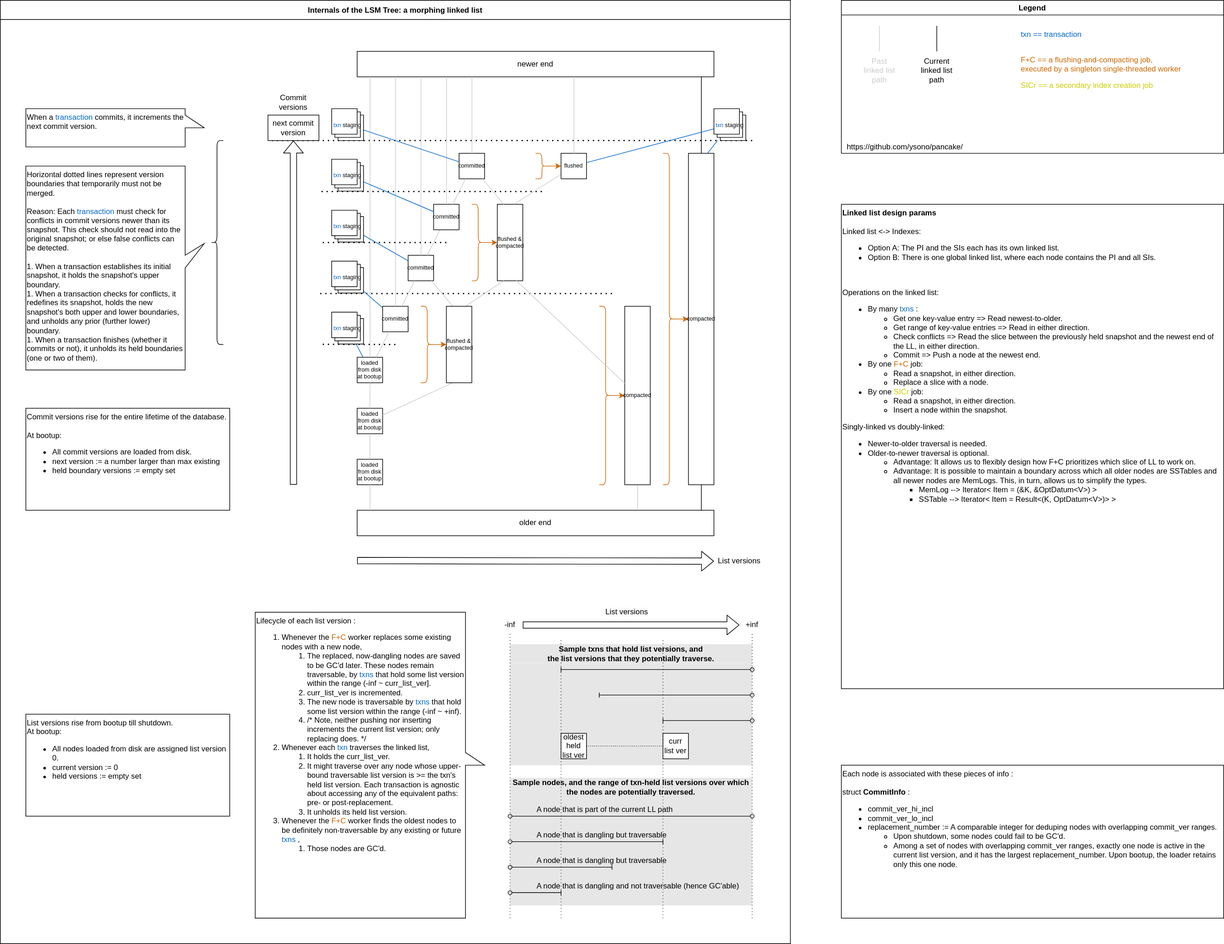
ysono/pancake keeps this draw.io diagram as doc/2-SSI-1a-high-level.drawio.svg. Above is the earlier version. Source tidied: cells renumbered, new cells last; positions are measured from the earlier drawing's top-left corner, leaving out a move shared by most shapes.
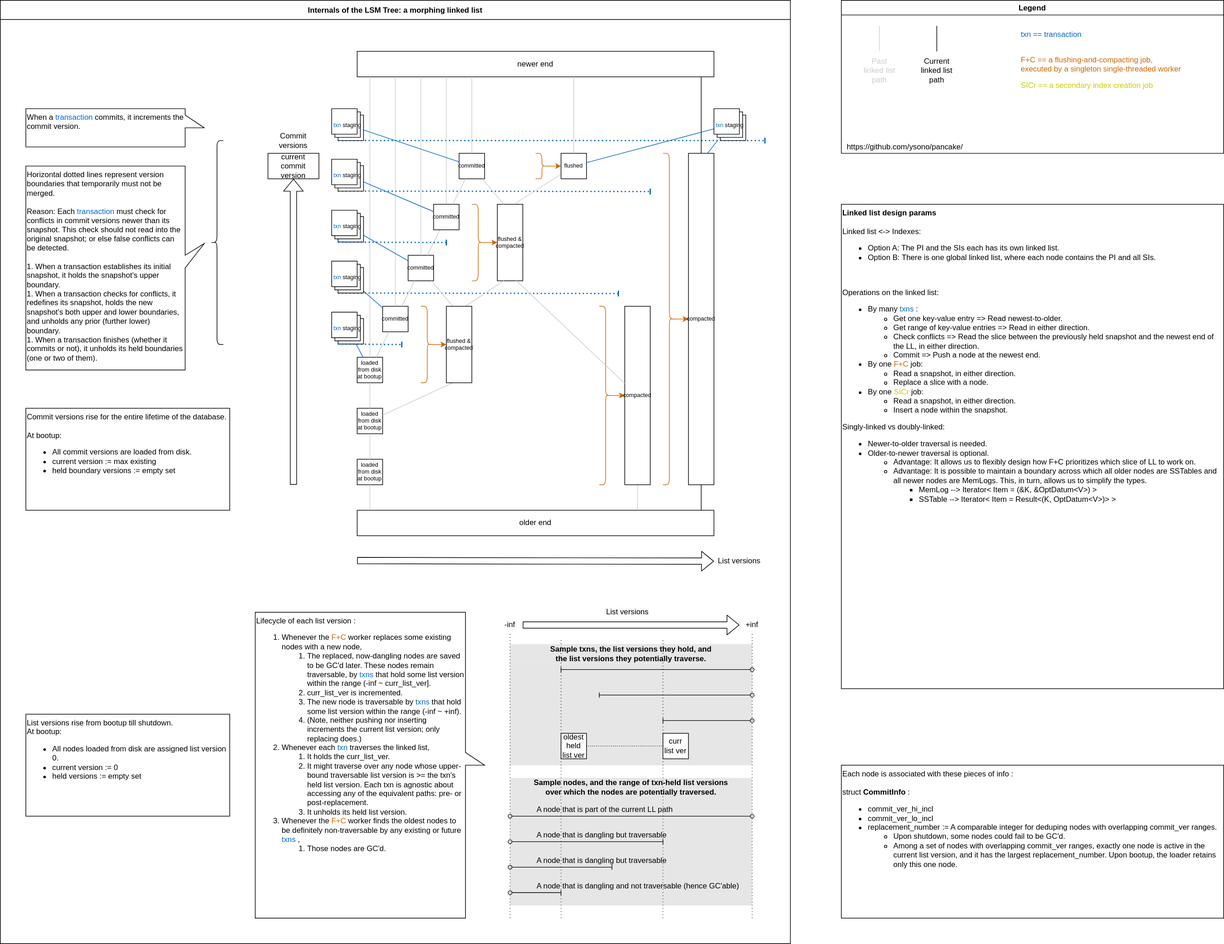
Later version of the same file.

The edit, as a diff of the source:
```diff
@@ -5,18 +5,17 @@
     <mxCell id="2" value="Internals of the LSM Tree: a morphing linked list" style="swimlane;rounded=0;align=center;verticalAlign=middle;startSize=30;" parent="1" vertex="1">
       <mxGeometry width="1240" height="1480" as="geometry" />
     </mxCell>
-    <mxCell id="3" style="endArrow=none;dashed=1;html=1;dashPattern=1 3;strokeWidth=2;rounded=1;jumpStyle=none;entryX=0;entryY=1;entryDx=0;entryDy=0;" parent="2" edge="1" target="11">
+    <mxCell id="3" style="endArrow=baseDash;dashed=1;html=1;dashPattern=1 2;strokeWidth=2;rounded=1;jumpStyle=none;endFill=0;exitX=0;exitY=0;exitDx=10;exitDy=50;exitPerimeter=0;strokeColor=#0066CC;" parent="2" edge="1" source="69">
       <mxGeometry relative="1" as="geometry">
-        <mxPoint x="1180" y="220" as="sourcePoint" />
+        <mxPoint x="1200" y="220" as="targetPoint" />
       </mxGeometry>
     </mxCell>
-    <mxCell id="4" style="endArrow=none;dashed=1;html=1;dashPattern=1 3;strokeWidth=2;rounded=1;jumpStyle=none;" parent="2" edge="1">
+    <mxCell id="4" style="endArrow=baseDash;dashed=1;html=1;dashPattern=1 2;strokeWidth=2;rounded=1;jumpStyle=none;endFill=0;exitX=0;exitY=0;exitDx=10;exitDy=50;exitPerimeter=0;strokeColor=#0066CC;" parent="2" edge="1" source="71">
       <mxGeometry relative="1" as="geometry">
-        <mxPoint x="960" y="460" as="sourcePoint" />
-        <mxPoint x="500" y="460" as="targetPoint" />
+        <mxPoint x="970" y="460" as="targetPoint" />
       </mxGeometry>
     </mxCell>
-    <mxCell id="5" value="&lt;span&gt;Commit versions rise for the entire lifetime of the database.&lt;/span&gt;&lt;br&gt;&lt;br&gt;&lt;span&gt;At bootup:&lt;/span&gt;&lt;br&gt;&lt;ul&gt;&lt;li&gt;All commit versions are loaded from disk.&lt;/li&gt;&lt;li&gt;next version := a number larger than max existing&lt;/li&gt;&lt;li&gt;held boundary versions := empty set&lt;/li&gt;&lt;/ul&gt;" style="rounded=0;whiteSpace=wrap;html=1;verticalAlign=top;align=left;" parent="2" vertex="1">
+    <mxCell id="5" value="&lt;span&gt;Commit versions rise for the entire lifetime of the database.&lt;/span&gt;&lt;br&gt;&lt;br&gt;&lt;span&gt;At bootup:&lt;/span&gt;&lt;br&gt;&lt;ul&gt;&lt;li&gt;All commit versions are loaded from disk.&lt;/li&gt;&lt;li&gt;current version := max existing&lt;/li&gt;&lt;li&gt;held boundary versions := empty set&lt;/li&gt;&lt;/ul&gt;" style="rounded=0;whiteSpace=wrap;html=1;verticalAlign=top;align=left;" parent="2" vertex="1">
       <mxGeometry x="40" y="640" width="320" height="160" as="geometry" />
     </mxCell>
     <mxCell id="6" value="&lt;span&gt;List versions rise from bootup till shutdown.&lt;br&gt;At bootup:&lt;/span&gt;&lt;br&gt;&lt;ul&gt;&lt;li&gt;All nodes loaded from disk are assigned list version 0.&lt;/li&gt;&lt;li&gt;current version := 0&lt;/li&gt;&lt;li&gt;held versions := empty set&lt;/li&gt;&lt;/ul&gt;" style="rounded=0;whiteSpace=wrap;html=1;verticalAlign=top;align=left;" parent="2" vertex="1">
@@ -31,18 +30,17 @@
       <mxGeometry x="40" y="260" width="280" height="320" as="geometry" />
     </mxCell>
     <mxCell id="9" value="Commit versions" style="text;html=1;strokeColor=none;fillColor=none;align=center;verticalAlign=middle;whiteSpace=wrap;rounded=0;fontColor=#000000;" parent="2" vertex="1">
-      <mxGeometry x="420" y="140" width="80" height="40" as="geometry" />
+      <mxGeometry x="420" y="200" width="80" height="40" as="geometry" />
     </mxCell>
     <mxCell id="10" style="shape=curlyBracket;whiteSpace=wrap;html=1;rounded=1;fontColor=#000000;strokeColor=default;" parent="2" vertex="1">
       <mxGeometry x="330" y="220" width="20" height="320" as="geometry" />
     </mxCell>
-    <mxCell id="11" value="next commit version" style="text;html=1;strokeColor=default;fillColor=default;align=center;verticalAlign=middle;whiteSpace=wrap;rounded=0;fontColor=#000000;" parent="2" vertex="1">
-      <mxGeometry x="420" y="180" width="80" height="40" as="geometry" />
+    <mxCell id="11" value="current commit version" style="text;html=1;strokeColor=default;fillColor=default;align=center;verticalAlign=middle;whiteSpace=wrap;rounded=0;fontColor=#000000;" parent="2" vertex="1">
+      <mxGeometry x="420" y="240" width="80" height="40" as="geometry" />
     </mxCell>
-    <mxCell id="12" style="endArrow=none;dashed=1;html=1;dashPattern=1 3;strokeWidth=2;rounded=1;jumpStyle=none;" parent="2" edge="1">
+    <mxCell id="12" style="endArrow=baseDash;dashed=1;html=1;dashPattern=1 2;strokeWidth=2;rounded=1;jumpStyle=none;endFill=0;exitX=0;exitY=0;exitDx=10;exitDy=50;exitPerimeter=0;strokeColor=#0066CC;" parent="2" edge="1" source="70">
       <mxGeometry relative="1" as="geometry">
-        <mxPoint x="850" y="300" as="sourcePoint" />
-        <mxPoint x="500" y="300" as="targetPoint" />
+        <mxPoint x="1020" y="300" as="targetPoint" />
       </mxGeometry>
     </mxCell>
     <mxCell id="13" value="newer end" style="rounded=0;whiteSpace=wrap;html=1;align=center;verticalAlign=middle;" parent="2" vertex="1">
@@ -193,7 +191,7 @@
     <mxCell id="60" value="List versions" style="text;html=1;strokeColor=none;fillColor=none;align=center;verticalAlign=middle;whiteSpace=wrap;rounded=0;fontColor=#000000;" parent="2" vertex="1">
       <mxGeometry x="1120" y="860" width="80" height="40" as="geometry" />
     </mxCell>
-    <mxCell id="61" value="When a &lt;font color=&quot;#0066cc&quot;&gt;transaction&lt;/font&gt; commits, it increments the next commit version." style="shape=callout;whiteSpace=wrap;html=1;perimeter=calloutPerimeter;rounded=0;align=left;verticalAlign=top;direction=north;position2=0.5;" parent="2" vertex="1">
+    <mxCell id="61" value="When a &lt;font color=&quot;#0066cc&quot;&gt;transaction&lt;/font&gt; commits, it increments the commit version." style="shape=callout;whiteSpace=wrap;html=1;perimeter=calloutPerimeter;rounded=0;align=left;verticalAlign=top;direction=north;position2=0.5;" parent="2" vertex="1">
       <mxGeometry x="40" y="170" width="280" height="60" as="geometry" />
     </mxCell>
     <mxCell id="62" value="+inf" style="text;html=1;strokeColor=none;fillColor=none;align=center;verticalAlign=middle;whiteSpace=wrap;rounded=0;fontColor=#000000;" parent="2" vertex="1">
@@ -232,7 +230,7 @@
     <mxCell id="73" value="&lt;span style=&quot;font-size: 12px; background-color: rgb(251, 251, 251);&quot;&gt;List versions&lt;/span&gt;" style="shape=flexArrow;endArrow=classic;html=1;rounded=1;strokeColor=#000000;jumpStyle=arc;" parent="2" edge="1" source="63" target="62">
       <mxGeometry x="-0.04" y="20" relative="1" as="geometry" />
     </mxCell>
-    <mxCell id="74" value="Sample nodes, and the range of txn-held list versions over which the nodes are potentially traversed." style="swimlane;whiteSpace=wrap;html=1;strokeColor=none;swimlaneFillColor=#E6E6E6;gradientColor=none;fillColor=#E6E6E6;startSize=30;" parent="2" vertex="1">
+    <mxCell id="74" value="Sample nodes, and the range of txn-held list versions&lt;br&gt;over which the nodes are potentially traversed." style="swimlane;whiteSpace=wrap;html=1;strokeColor=none;swimlaneFillColor=#E6E6E6;gradientColor=none;fillColor=#E6E6E6;startSize=30;" parent="2" vertex="1">
       <mxGeometry x="800" y="1220" width="380" height="200" as="geometry" />
     </mxCell>
     <mxCell id="75" style="endArrow=baseDash;html=1;fontSize=12;fontColor=#000000;strokeColor=#000000;startArrow=oval;startFill=0;endFill=0;" parent="74" edge="1">
@@ -271,7 +269,7 @@
         <mxPoint x="80" y="180" as="targetPoint" />
       </mxGeometry>
     </mxCell>
-    <mxCell id="83" value="Sample txns that hold list versions, and&lt;br&gt;the list versions that they potentially traverse." style="swimlane;whiteSpace=wrap;html=1;strokeColor=none;swimlaneFillColor=#E6E6E6;gradientColor=none;fillColor=#E6E6E6;startSize=30;" parent="2" vertex="1">
+    <mxCell id="83" value="Sample txns, the list versions they hold, and&lt;br&gt;the list versions they potentially traverse." style="swimlane;whiteSpace=wrap;html=1;strokeColor=none;swimlaneFillColor=#E6E6E6;gradientColor=none;fillColor=#E6E6E6;startSize=30;" parent="2" vertex="1">
       <mxGeometry x="800" y="1010" width="380" height="190" as="geometry" />
     </mxCell>
     <mxCell id="84" style="endArrow=oval;html=1;fontSize=12;fontColor=#000000;strokeColor=#000000;startArrow=baseDash;startFill=0;endFill=0;" parent="83" edge="1">
@@ -335,19 +333,17 @@
     <mxCell id="97" value="&lt;font style=&quot;border-color: var(--border-color); font-size: 9px;&quot; color=&quot;#0066cc&quot;&gt;txn&lt;/font&gt;&lt;span style=&quot;font-size: 9px;&quot;&gt;&amp;nbsp;staging&lt;/span&gt;" style="verticalLabelPosition=middle;verticalAlign=middle;html=1;shape=mxgraph.basic.layered_rect;dx=10;outlineConnect=0;whiteSpace=wrap;labelPosition=center;align=center;" parent="2" vertex="1">
       <mxGeometry x="520" y="489.3" width="50" height="50" as="geometry" />
     </mxCell>
-    <mxCell id="98" style="endArrow=none;dashed=1;html=1;dashPattern=1 3;strokeWidth=2;rounded=1;jumpStyle=none;" parent="2" edge="1">
+    <mxCell id="98" style="endArrow=baseDash;dashed=1;html=1;dashPattern=1 2;strokeWidth=2;rounded=1;jumpStyle=none;endFill=0;exitX=0;exitY=0;exitDx=10;exitDy=50;exitPerimeter=0;strokeColor=#0066CC;" parent="2" edge="1" source="95">
       <mxGeometry relative="1" as="geometry">
-        <mxPoint x="700" y="380" as="sourcePoint" />
-        <mxPoint x="500" y="380" as="targetPoint" />
+        <mxPoint x="700" y="380" as="targetPoint" />
       </mxGeometry>
     </mxCell>
-    <mxCell id="99" style="endArrow=none;dashed=1;html=1;dashPattern=1 3;strokeWidth=2;rounded=1;jumpStyle=none;" parent="2" edge="1">
+    <mxCell id="99" style="endArrow=baseDash;dashed=1;html=1;dashPattern=1 2;strokeWidth=2;rounded=1;jumpStyle=none;endFill=0;exitX=0;exitY=0;exitDx=10;exitDy=50;exitPerimeter=0;strokeColor=#0066CC;" parent="2" edge="1" source="97">
       <mxGeometry relative="1" as="geometry">
-        <mxPoint x="620" y="540" as="sourcePoint" />
-        <mxPoint x="500" y="539.7" as="targetPoint" />
+        <mxPoint x="630" y="540" as="targetPoint" />
       </mxGeometry>
     </mxCell>
-    <mxCell id="100" value="&lt;div&gt;Lifecycle of each list version :&lt;/div&gt;&lt;div&gt;&lt;ol&gt;&lt;li&gt;Whenever the&amp;nbsp;&lt;font style=&quot;border-color: var(--border-color);&quot; color=&quot;#cc6600&quot;&gt;F+C&lt;/font&gt;&amp;nbsp;worker replaces some existing nodes with a new node,&lt;/li&gt;&lt;ol&gt;&lt;li&gt;The replaced, now-dangling nodes are saved to be GC'd later. These nodes remain traversable, by &lt;font color=&quot;#0066cc&quot;&gt;txns&lt;/font&gt; that hold some list version within the range&amp;nbsp;&lt;span style=&quot;background-color: initial;&quot;&gt;(-inf ~ curr_list_ver].&lt;/span&gt;&lt;/li&gt;&lt;li&gt;curr_list_ver is incremented.&lt;/li&gt;&lt;li&gt;The new node is traversable by &lt;font color=&quot;#0066cc&quot;&gt;txns&lt;/font&gt; that hold some list version within the range (-inf ~ +inf).&lt;/li&gt;&lt;li&gt;/* Note, neither pushing nor inserting increments the current list version; only replacing does. */&lt;/li&gt;&lt;/ol&gt;&lt;li&gt;Whenever each &lt;font color=&quot;#0066cc&quot;&gt;txn&lt;/font&gt;&amp;nbsp;traverses the linked list,&lt;/li&gt;&lt;ol&gt;&lt;li&gt;&lt;span style=&quot;background-color: initial;&quot;&gt;It holds the curr_list_ver.&lt;/span&gt;&lt;/li&gt;&lt;li&gt;It might traverse over any node whose upper-bound traversable list version is &amp;gt;= the txn's held list version. Each transaction is agnostic about accessing any of the equivalent paths: pre- or post-replacement.&lt;/li&gt;&lt;li&gt;It unholds its held list version.&lt;/li&gt;&lt;/ol&gt;&lt;li&gt;&lt;span style=&quot;background-color: initial;&quot;&gt;Whenever the&amp;nbsp;&lt;font color=&quot;#cc6600&quot;&gt;F+C&lt;/font&gt;&amp;nbsp;worker finds the oldest nodes to be definitely non-traversable by any existing or future &lt;font color=&quot;#0066cc&quot;&gt;txns&lt;/font&gt;,&lt;/span&gt;&lt;br&gt;&lt;/li&gt;&lt;ol&gt;&lt;li&gt;&lt;span style=&quot;background-color: initial;&quot;&gt;Those nodes are GC'd.&lt;/span&gt;&lt;/li&gt;&lt;/ol&gt;&lt;/ol&gt;&lt;/div&gt;" style="shape=callout;whiteSpace=wrap;html=1;perimeter=calloutPerimeter;fontColor=#000000;strokeColor=default;fillColor=default;direction=north;align=left;verticalAlign=top;position2=0.5;" parent="2" vertex="1">
+    <mxCell id="100" value="&lt;div&gt;Lifecycle of each list version :&lt;/div&gt;&lt;div&gt;&lt;ol&gt;&lt;li&gt;Whenever the&amp;nbsp;&lt;font style=&quot;border-color: var(--border-color);&quot; color=&quot;#cc6600&quot;&gt;F+C&lt;/font&gt;&amp;nbsp;worker replaces some existing nodes with a new node,&lt;/li&gt;&lt;ol&gt;&lt;li&gt;The replaced, now-dangling nodes are saved to be GC'd later. These nodes remain traversable, by &lt;font color=&quot;#0066cc&quot;&gt;txns&lt;/font&gt; that hold some list version within the range&amp;nbsp;&lt;span style=&quot;background-color: initial;&quot;&gt;(-inf ~ curr_list_ver].&lt;/span&gt;&lt;/li&gt;&lt;li&gt;curr_list_ver is incremented.&lt;/li&gt;&lt;li&gt;The new node is traversable by &lt;font color=&quot;#0066cc&quot;&gt;txns&lt;/font&gt; that hold some list version within the range (-inf ~ +inf).&lt;/li&gt;&lt;li&gt;(Note, neither pushing nor inserting increments the current list version; only replacing does.)&lt;/li&gt;&lt;/ol&gt;&lt;li&gt;Whenever each &lt;font color=&quot;#0066cc&quot;&gt;txn&lt;/font&gt;&amp;nbsp;traverses the linked list,&lt;/li&gt;&lt;ol&gt;&lt;li&gt;&lt;span style=&quot;background-color: initial;&quot;&gt;It holds the curr_list_ver.&lt;/span&gt;&lt;/li&gt;&lt;li&gt;It might traverse over any node whose upper-bound traversable list version is &amp;gt;= the txn's held list version. Each txn is agnostic about accessing any of the equivalent paths: pre- or post-replacement.&lt;/li&gt;&lt;li&gt;It unholds its held list version.&lt;/li&gt;&lt;/ol&gt;&lt;li&gt;&lt;span style=&quot;background-color: initial;&quot;&gt;Whenever the&amp;nbsp;&lt;font color=&quot;#cc6600&quot;&gt;F+C&lt;/font&gt;&amp;nbsp;worker finds the oldest nodes to be definitely non-traversable by any existing or future &lt;font color=&quot;#0066cc&quot;&gt;txns&lt;/font&gt;,&lt;/span&gt;&lt;br&gt;&lt;/li&gt;&lt;ol&gt;&lt;li&gt;&lt;span style=&quot;background-color: initial;&quot;&gt;Those nodes are GC'd.&lt;/span&gt;&lt;/li&gt;&lt;/ol&gt;&lt;/ol&gt;&lt;/div&gt;" style="shape=callout;whiteSpace=wrap;html=1;perimeter=calloutPerimeter;fontColor=#000000;strokeColor=default;fillColor=default;direction=north;align=left;verticalAlign=top;position2=0.5;" parent="2" vertex="1">
       <mxGeometry x="400" y="960" width="360" height="480" as="geometry" />
     </mxCell>
     <mxCell id="101" value="&lt;b&gt;Linked list design params&lt;/b&gt;&lt;br&gt;&lt;br&gt;Linked list &amp;lt;-&amp;gt; Indexes:&lt;br&gt;&lt;ul&gt;&lt;li style=&quot;border-color: var(--border-color);&quot;&gt;Option A: The PI and the SIs each has its own linked list.&lt;/li&gt;&lt;li&gt;Option B: There is one global linked list, where each node contains the PI and all SIs.&lt;/li&gt;&lt;/ul&gt;&lt;br&gt;&lt;br&gt;Operations on the linked list:&lt;br&gt;&lt;ul&gt;&lt;li&gt;By many &lt;font color=&quot;#0066cc&quot;&gt;txns&lt;/font&gt;:&lt;/li&gt;&lt;ul&gt;&lt;li&gt;Get one key-value entry =&amp;gt; Read newest-to-older.&lt;/li&gt;&lt;li&gt;Get range of key-value entries =&amp;gt; Read in either direction.&lt;/li&gt;&lt;li&gt;Check conflicts =&amp;gt; Read the slice between the previously held snapshot and the newest end of the LL, in either direction.&lt;/li&gt;&lt;li&gt;Commit =&amp;gt; Push a node at the newest end.&lt;/li&gt;&lt;/ul&gt;&lt;li&gt;By one &lt;font color=&quot;#cc6600&quot;&gt;F+C&lt;/font&gt; job:&lt;/li&gt;&lt;ul&gt;&lt;li&gt;Read a snapshot, in either direction.&lt;/li&gt;&lt;li&gt;Replace a slice with a node.&lt;/li&gt;&lt;/ul&gt;&lt;li&gt;By one &lt;font color=&quot;#cccc00&quot;&gt;SICr&lt;/font&gt; job:&lt;/li&gt;&lt;ul&gt;&lt;li&gt;Read a snapshot, in either direction.&lt;/li&gt;&lt;li&gt;Insert a node within the snapshot.&lt;/li&gt;&lt;/ul&gt;&lt;/ul&gt;Singly-linked vs doubly-linked:&lt;br&gt;&lt;ul&gt;&lt;li&gt;Newer-to-older traversal is needed.&lt;/li&gt;&lt;li&gt;Older-to-newer traversal is optional.&lt;/li&gt;&lt;ul&gt;&lt;li&gt;Advantage: It allows us to flexibly design how&amp;nbsp;F+C&amp;nbsp;prioritizes which slice of LL to work on.&lt;/li&gt;&lt;li&gt;Advantage: It is possible to maintain a boundary across which all older nodes are SSTables and all newer nodes are MemLogs. This, in turn, allows us to simplify the types.&lt;/li&gt;&lt;ul&gt;&lt;li&gt;&lt;span style=&quot;background-color: initial;&quot;&gt;MemLog --&amp;gt; Iterator&amp;lt; Item = (&amp;amp;K, &amp;amp;OptDatum&amp;lt;V&amp;gt;) &amp;gt;&lt;/span&gt;&lt;br&gt;&lt;/li&gt;&lt;li&gt;&lt;span style=&quot;background-color: initial;&quot;&gt;SSTable --&amp;gt; Iterator&amp;lt; Item = Result&amp;lt;(K, OptDatum&amp;lt;V&amp;gt;)&amp;gt; &amp;gt;&lt;/span&gt;&lt;/li&gt;&lt;/ul&gt;&lt;/ul&gt;&lt;/ul&gt;&lt;div&gt;&lt;br&gt;&lt;/div&gt;" style="rounded=0;whiteSpace=wrap;html=1;verticalAlign=top;align=left;" parent="1" vertex="1">
```
